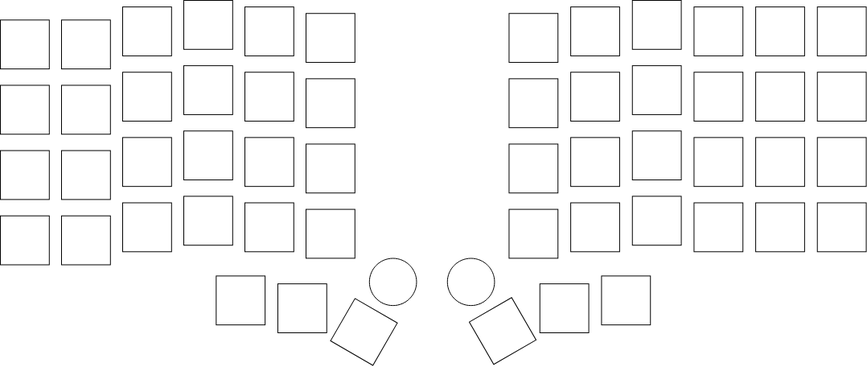
This is iris_map.drawio.png from KabitTarah/qmk_firmware, a draw.io export, as it was before one commit. Source tidied: cells renumbered, new cells last; positions are measured from the earlier drawing's top-left corner, leaving out a move shared by most shapes.
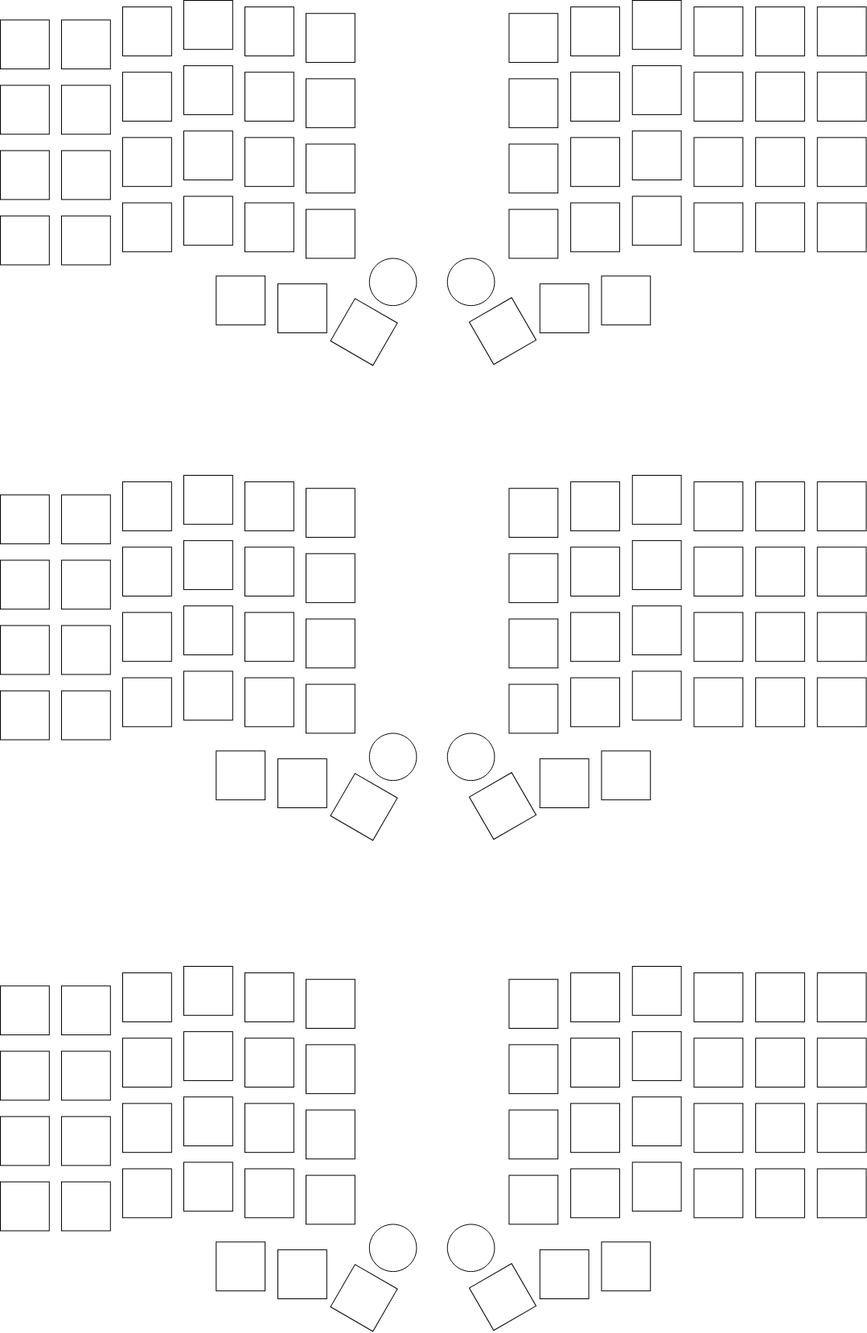
The same diagram one commit later.

What changed in the source:
```diff
@@ -173,5 +173,347 @@
     <mxCell id="58" style="whiteSpace=wrap;html=1;" parent="2" vertex="1">
       <mxGeometry x="1015.8" y="251.5" width="60.8" height="60.8" as="geometry" />
     </mxCell>
+    <mxCell id="59" style="group;" parent="1" vertex="1">
+      <mxGeometry y="1200" width="1076.5" height="454.9" as="geometry" />
+    </mxCell>
+    <mxCell id="60" style="whiteSpace=wrap;html=1;" parent="59" vertex="1">
+      <mxGeometry y="24.3" width="60.8" height="60.8" as="geometry" />
+    </mxCell>
+    <mxCell id="61" style="whiteSpace=wrap;html=1;" parent="59" vertex="1">
+      <mxGeometry y="105.5" width="60.8" height="60.8" as="geometry" />
+    </mxCell>
+    <mxCell id="62" style="whiteSpace=wrap;html=1;" parent="59" vertex="1">
+      <mxGeometry y="186.6" width="60.8" height="60.8" as="geometry" />
+    </mxCell>
+    <mxCell id="63" style="whiteSpace=wrap;html=1;" parent="59" vertex="1">
+      <mxGeometry y="267.7" width="60.8" height="60.8" as="geometry" />
+    </mxCell>
+    <mxCell id="64" style="whiteSpace=wrap;html=1;" parent="59" vertex="1">
+      <mxGeometry x="76" y="24.3" width="60.8" height="60.8" as="geometry" />
+    </mxCell>
+    <mxCell id="65" style="whiteSpace=wrap;html=1;" parent="59" vertex="1">
+      <mxGeometry x="76" y="105.5" width="60.8" height="60.8" as="geometry" />
+    </mxCell>
+    <mxCell id="66" style="whiteSpace=wrap;html=1;" parent="59" vertex="1">
+      <mxGeometry x="76" y="186.6" width="60.8" height="60.8" as="geometry" />
+    </mxCell>
+    <mxCell id="67" style="whiteSpace=wrap;html=1;" parent="59" vertex="1">
+      <mxGeometry x="76" y="267.7" width="60.8" height="60.8" as="geometry" />
+    </mxCell>
+    <mxCell id="68" style="whiteSpace=wrap;html=1;" parent="59" vertex="1">
+      <mxGeometry x="152" y="8.1" width="60.8" height="60.8" as="geometry" />
+    </mxCell>
+    <mxCell id="69" style="whiteSpace=wrap;html=1;" parent="59" vertex="1">
+      <mxGeometry x="152" y="89.2" width="60.8" height="60.8" as="geometry" />
+    </mxCell>
+    <mxCell id="70" style="whiteSpace=wrap;html=1;" parent="59" vertex="1">
+      <mxGeometry x="152" y="170.4" width="60.8" height="60.8" as="geometry" />
+    </mxCell>
+    <mxCell id="71" style="whiteSpace=wrap;html=1;" parent="59" vertex="1">
+      <mxGeometry x="152" y="251.5" width="60.8" height="60.8" as="geometry" />
+    </mxCell>
+    <mxCell id="72" style="whiteSpace=wrap;html=1;" parent="59" vertex="1">
+      <mxGeometry x="228" width="60.8" height="60.8" as="geometry" />
+    </mxCell>
+    <mxCell id="73" style="whiteSpace=wrap;html=1;" parent="59" vertex="1">
+      <mxGeometry x="228" y="81.1" width="60.8" height="60.8" as="geometry" />
+    </mxCell>
+    <mxCell id="74" style="whiteSpace=wrap;html=1;" parent="59" vertex="1">
+      <mxGeometry x="228" y="162.3" width="60.8" height="60.8" as="geometry" />
+    </mxCell>
+    <mxCell id="75" style="whiteSpace=wrap;html=1;" parent="59" vertex="1">
+      <mxGeometry x="228" y="243.4" width="60.8" height="60.8" as="geometry" />
+    </mxCell>
+    <mxCell id="76" style="whiteSpace=wrap;html=1;" parent="59" vertex="1">
+      <mxGeometry x="304" y="8.1" width="60.8" height="60.8" as="geometry" />
+    </mxCell>
+    <mxCell id="77" style="whiteSpace=wrap;html=1;" parent="59" vertex="1">
+      <mxGeometry x="304" y="89.2" width="60.8" height="60.8" as="geometry" />
+    </mxCell>
+    <mxCell id="78" style="whiteSpace=wrap;html=1;" parent="59" vertex="1">
+      <mxGeometry x="304" y="170.4" width="60.8" height="60.8" as="geometry" />
+    </mxCell>
+    <mxCell id="79" style="whiteSpace=wrap;html=1;" parent="59" vertex="1">
+      <mxGeometry x="304" y="251.5" width="60.8" height="60.8" as="geometry" />
+    </mxCell>
+    <mxCell id="80" style="whiteSpace=wrap;html=1;" parent="59" vertex="1">
+      <mxGeometry x="380" y="16.2" width="60.8" height="60.8" as="geometry" />
+    </mxCell>
+    <mxCell id="81" style="whiteSpace=wrap;html=1;" parent="59" vertex="1">
+      <mxGeometry x="380" y="97.4" width="60.8" height="60.8" as="geometry" />
+    </mxCell>
+    <mxCell id="82" style="whiteSpace=wrap;html=1;" parent="59" vertex="1">
+      <mxGeometry x="380" y="178.5" width="60.8" height="60.8" as="geometry" />
+    </mxCell>
+    <mxCell id="83" style="whiteSpace=wrap;html=1;" parent="59" vertex="1">
+      <mxGeometry x="380" y="259.6" width="60.8" height="60.8" as="geometry" />
+    </mxCell>
+    <mxCell id="84" style="whiteSpace=wrap;html=1;" parent="59" vertex="1">
+      <mxGeometry x="268.3" y="342.4" width="60.8" height="60.8" as="geometry" />
+    </mxCell>
+    <mxCell id="85" style="whiteSpace=wrap;html=1;" parent="59" vertex="1">
+      <mxGeometry x="345" y="352.2" width="60.8" height="60.8" as="geometry" />
+    </mxCell>
+    <mxCell id="86" style="whiteSpace=wrap;html=1;rotation=30;" parent="59" vertex="1">
+      <mxGeometry x="421.6" y="381.5" width="60.8" height="60.8" as="geometry" />
+    </mxCell>
+    <mxCell id="87" style="ellipse;whiteSpace=wrap;html=1;" parent="59" vertex="1">
+      <mxGeometry x="458.8" y="320.5" width="58.6" height="58.6" as="geometry" />
+    </mxCell>
+    <mxCell id="88" style="whiteSpace=wrap;html=1;rotation=330;direction=south;" parent="59" vertex="1">
+      <mxGeometry x="594.1" y="380.4" width="60.8" height="60.8" as="geometry" />
+    </mxCell>
+    <mxCell id="89" style="ellipse;whiteSpace=wrap;html=1;" parent="59" vertex="1">
+      <mxGeometry x="555.8" y="320.5" width="58.6" height="58.6" as="geometry" />
+    </mxCell>
+    <mxCell id="90" style="whiteSpace=wrap;html=1;" parent="59" vertex="1">
+      <mxGeometry x="670.8" y="352.2" width="60.8" height="60.8" as="geometry" />
+    </mxCell>
+    <mxCell id="91" style="whiteSpace=wrap;html=1;" parent="59" vertex="1">
+      <mxGeometry x="747.4" y="342.4" width="60.8" height="60.8" as="geometry" />
+    </mxCell>
+    <mxCell id="92" style="whiteSpace=wrap;html=1;" parent="59" vertex="1">
+      <mxGeometry x="632.4" y="16.2" width="60.8" height="60.8" as="geometry" />
+    </mxCell>
+    <mxCell id="93" style="whiteSpace=wrap;html=1;" parent="59" vertex="1">
+      <mxGeometry x="632.4" y="97.4" width="60.8" height="60.8" as="geometry" />
+    </mxCell>
+    <mxCell id="94" style="whiteSpace=wrap;html=1;" parent="59" vertex="1">
+      <mxGeometry x="632.4" y="178.5" width="60.8" height="60.8" as="geometry" />
+    </mxCell>
+    <mxCell id="95" style="whiteSpace=wrap;html=1;" parent="59" vertex="1">
+      <mxGeometry x="632.4" y="259.6" width="60.8" height="60.8" as="geometry" />
+    </mxCell>
+    <mxCell id="96" style="whiteSpace=wrap;html=1;" parent="59" vertex="1">
+      <mxGeometry x="709.1" y="8.1" width="60.8" height="60.8" as="geometry" />
+    </mxCell>
+    <mxCell id="97" style="whiteSpace=wrap;html=1;" parent="59" vertex="1">
+      <mxGeometry x="709.1" y="89.2" width="60.8" height="60.8" as="geometry" />
+    </mxCell>
+    <mxCell id="98" style="whiteSpace=wrap;html=1;" parent="59" vertex="1">
+      <mxGeometry x="709.1" y="170.4" width="60.8" height="60.8" as="geometry" />
+    </mxCell>
+    <mxCell id="99" style="whiteSpace=wrap;html=1;" parent="59" vertex="1">
+      <mxGeometry x="709.1" y="251.5" width="60.8" height="60.8" as="geometry" />
+    </mxCell>
+    <mxCell id="100" style="whiteSpace=wrap;html=1;" parent="59" vertex="1">
+      <mxGeometry x="785.8" width="60.8" height="60.8" as="geometry" />
+    </mxCell>
+    <mxCell id="101" style="whiteSpace=wrap;html=1;" parent="59" vertex="1">
+      <mxGeometry x="785.8" y="81.1" width="60.8" height="60.8" as="geometry" />
+    </mxCell>
+    <mxCell id="102" style="whiteSpace=wrap;html=1;" parent="59" vertex="1">
+      <mxGeometry x="785.8" y="162.2" width="60.8" height="60.8" as="geometry" />
+    </mxCell>
+    <mxCell id="103" style="whiteSpace=wrap;html=1;" parent="59" vertex="1">
+      <mxGeometry x="785.8" y="243.4" width="60.8" height="60.8" as="geometry" />
+    </mxCell>
+    <mxCell id="104" style="whiteSpace=wrap;html=1;" parent="59" vertex="1">
+      <mxGeometry x="862.4" y="8.1" width="60.8" height="60.8" as="geometry" />
+    </mxCell>
+    <mxCell id="105" style="whiteSpace=wrap;html=1;" parent="59" vertex="1">
+      <mxGeometry x="862.4" y="89.2" width="60.8" height="60.8" as="geometry" />
+    </mxCell>
+    <mxCell id="106" style="whiteSpace=wrap;html=1;" parent="59" vertex="1">
+      <mxGeometry x="862.4" y="170.4" width="60.8" height="60.8" as="geometry" />
+    </mxCell>
+    <mxCell id="107" style="whiteSpace=wrap;html=1;" parent="59" vertex="1">
+      <mxGeometry x="862.4" y="251.5" width="60.8" height="60.8" as="geometry" />
+    </mxCell>
+    <mxCell id="108" style="whiteSpace=wrap;html=1;" parent="59" vertex="1">
+      <mxGeometry x="939.1" y="8.1" width="60.8" height="60.8" as="geometry" />
+    </mxCell>
+    <mxCell id="109" style="whiteSpace=wrap;html=1;" parent="59" vertex="1">
+      <mxGeometry x="939.1" y="89.2" width="60.8" height="60.8" as="geometry" />
+    </mxCell>
+    <mxCell id="110" style="whiteSpace=wrap;html=1;" parent="59" vertex="1">
+      <mxGeometry x="939.1" y="170.4" width="60.8" height="60.8" as="geometry" />
+    </mxCell>
+    <mxCell id="111" style="whiteSpace=wrap;html=1;" parent="59" vertex="1">
+      <mxGeometry x="939.1" y="251.5" width="60.8" height="60.8" as="geometry" />
+    </mxCell>
+    <mxCell id="112" style="whiteSpace=wrap;html=1;" parent="59" vertex="1">
+      <mxGeometry x="1015.8" y="8.1" width="60.8" height="60.8" as="geometry" />
+    </mxCell>
+    <mxCell id="113" style="whiteSpace=wrap;html=1;" parent="59" vertex="1">
+      <mxGeometry x="1015.8" y="89.2" width="60.8" height="60.8" as="geometry" />
+    </mxCell>
+    <mxCell id="114" style="whiteSpace=wrap;html=1;" parent="59" vertex="1">
+      <mxGeometry x="1015.8" y="170.4" width="60.8" height="60.8" as="geometry" />
+    </mxCell>
+    <mxCell id="115" style="whiteSpace=wrap;html=1;" parent="59" vertex="1">
+      <mxGeometry x="1015.8" y="251.5" width="60.8" height="60.8" as="geometry" />
+    </mxCell>
+    <mxCell id="116" style="group;" parent="1" vertex="1">
+      <mxGeometry y="590" width="1076.5" height="453.4" as="geometry" />
+    </mxCell>
+    <mxCell id="117" style="whiteSpace=wrap;html=1;" parent="116" vertex="1">
+      <mxGeometry y="24.3" width="60.8" height="60.8" as="geometry" />
+    </mxCell>
+    <mxCell id="118" style="whiteSpace=wrap;html=1;" parent="116" vertex="1">
+      <mxGeometry y="105.5" width="60.8" height="60.8" as="geometry" />
+    </mxCell>
+    <mxCell id="119" style="whiteSpace=wrap;html=1;" parent="116" vertex="1">
+      <mxGeometry y="186.6" width="60.8" height="60.8" as="geometry" />
+    </mxCell>
+    <mxCell id="120" style="whiteSpace=wrap;html=1;" parent="116" vertex="1">
+      <mxGeometry y="267.7" width="60.8" height="60.8" as="geometry" />
+    </mxCell>
+    <mxCell id="121" style="whiteSpace=wrap;html=1;" parent="116" vertex="1">
+      <mxGeometry x="76" y="24.3" width="60.8" height="60.8" as="geometry" />
+    </mxCell>
+    <mxCell id="122" style="whiteSpace=wrap;html=1;" parent="116" vertex="1">
+      <mxGeometry x="76" y="105.5" width="60.8" height="60.8" as="geometry" />
+    </mxCell>
+    <mxCell id="123" style="whiteSpace=wrap;html=1;" parent="116" vertex="1">
+      <mxGeometry x="76" y="186.6" width="60.8" height="60.8" as="geometry" />
+    </mxCell>
+    <mxCell id="124" style="whiteSpace=wrap;html=1;" parent="116" vertex="1">
+      <mxGeometry x="76" y="267.7" width="60.8" height="60.8" as="geometry" />
+    </mxCell>
+    <mxCell id="125" style="whiteSpace=wrap;html=1;" parent="116" vertex="1">
+      <mxGeometry x="152" y="8.1" width="60.8" height="60.8" as="geometry" />
+    </mxCell>
+    <mxCell id="126" style="whiteSpace=wrap;html=1;" parent="116" vertex="1">
+      <mxGeometry x="152" y="89.2" width="60.8" height="60.8" as="geometry" />
+    </mxCell>
+    <mxCell id="127" style="whiteSpace=wrap;html=1;" parent="116" vertex="1">
+      <mxGeometry x="152" y="170.4" width="60.8" height="60.8" as="geometry" />
+    </mxCell>
+    <mxCell id="128" style="whiteSpace=wrap;html=1;" parent="116" vertex="1">
+      <mxGeometry x="152" y="251.5" width="60.8" height="60.8" as="geometry" />
+    </mxCell>
+    <mxCell id="129" style="whiteSpace=wrap;html=1;" parent="116" vertex="1">
+      <mxGeometry x="228" width="60.8" height="60.8" as="geometry" />
+    </mxCell>
+    <mxCell id="130" style="whiteSpace=wrap;html=1;" parent="116" vertex="1">
+      <mxGeometry x="228" y="81.1" width="60.8" height="60.8" as="geometry" />
+    </mxCell>
+    <mxCell id="131" style="whiteSpace=wrap;html=1;" parent="116" vertex="1">
+      <mxGeometry x="228" y="162.3" width="60.8" height="60.8" as="geometry" />
+    </mxCell>
+    <mxCell id="132" style="whiteSpace=wrap;html=1;" parent="116" vertex="1">
+      <mxGeometry x="228" y="243.4" width="60.8" height="60.8" as="geometry" />
+    </mxCell>
+    <mxCell id="133" style="whiteSpace=wrap;html=1;" parent="116" vertex="1">
+      <mxGeometry x="304" y="8.1" width="60.8" height="60.8" as="geometry" />
+    </mxCell>
+    <mxCell id="134" style="whiteSpace=wrap;html=1;" parent="116" vertex="1">
+      <mxGeometry x="304" y="89.2" width="60.8" height="60.8" as="geometry" />
+    </mxCell>
+    <mxCell id="135" style="whiteSpace=wrap;html=1;" parent="116" vertex="1">
+      <mxGeometry x="304" y="170.4" width="60.8" height="60.8" as="geometry" />
+    </mxCell>
+    <mxCell id="136" style="whiteSpace=wrap;html=1;" parent="116" vertex="1">
+      <mxGeometry x="304" y="251.5" width="60.8" height="60.8" as="geometry" />
+    </mxCell>
+    <mxCell id="137" style="whiteSpace=wrap;html=1;" parent="116" vertex="1">
+      <mxGeometry x="380" y="16.2" width="60.8" height="60.8" as="geometry" />
+    </mxCell>
+    <mxCell id="138" style="whiteSpace=wrap;html=1;" parent="116" vertex="1">
+      <mxGeometry x="380" y="97.4" width="60.8" height="60.8" as="geometry" />
+    </mxCell>
+    <mxCell id="139" style="whiteSpace=wrap;html=1;" parent="116" vertex="1">
+      <mxGeometry x="380" y="178.5" width="60.8" height="60.8" as="geometry" />
+    </mxCell>
+    <mxCell id="140" style="whiteSpace=wrap;html=1;" parent="116" vertex="1">
+      <mxGeometry x="380" y="259.6" width="60.8" height="60.8" as="geometry" />
+    </mxCell>
+    <mxCell id="141" style="whiteSpace=wrap;html=1;" parent="116" vertex="1">
+      <mxGeometry x="268.3" y="342.4" width="60.8" height="60.8" as="geometry" />
+    </mxCell>
+    <mxCell id="142" style="whiteSpace=wrap;html=1;" parent="116" vertex="1">
+      <mxGeometry x="345" y="352.2" width="60.8" height="60.8" as="geometry" />
+    </mxCell>
+    <mxCell id="143" style="whiteSpace=wrap;html=1;rotation=30;" parent="116" vertex="1">
+      <mxGeometry x="421.6" y="381.5" width="60.8" height="60.8" as="geometry" />
+    </mxCell>
+    <mxCell id="144" style="ellipse;whiteSpace=wrap;html=1;" parent="116" vertex="1">
+      <mxGeometry x="458.8" y="320.5" width="58.6" height="58.6" as="geometry" />
+    </mxCell>
+    <mxCell id="145" style="whiteSpace=wrap;html=1;rotation=330;direction=south;" parent="116" vertex="1">
+      <mxGeometry x="594.1" y="380.4" width="60.8" height="60.8" as="geometry" />
+    </mxCell>
+    <mxCell id="146" style="ellipse;whiteSpace=wrap;html=1;" parent="116" vertex="1">
+      <mxGeometry x="555.8" y="320.5" width="58.6" height="58.6" as="geometry" />
+    </mxCell>
+    <mxCell id="147" style="whiteSpace=wrap;html=1;" parent="116" vertex="1">
+      <mxGeometry x="670.8" y="352.2" width="60.8" height="60.8" as="geometry" />
+    </mxCell>
+    <mxCell id="148" style="whiteSpace=wrap;html=1;" parent="116" vertex="1">
+      <mxGeometry x="747.4" y="342.4" width="60.8" height="60.8" as="geometry" />
+    </mxCell>
+    <mxCell id="149" style="whiteSpace=wrap;html=1;" parent="116" vertex="1">
+      <mxGeometry x="632.4" y="16.2" width="60.8" height="60.8" as="geometry" />
+    </mxCell>
+    <mxCell id="150" style="whiteSpace=wrap;html=1;" parent="116" vertex="1">
+      <mxGeometry x="632.4" y="97.4" width="60.8" height="60.8" as="geometry" />
+    </mxCell>
+    <mxCell id="151" style="whiteSpace=wrap;html=1;" parent="116" vertex="1">
+      <mxGeometry x="632.4" y="178.5" width="60.8" height="60.8" as="geometry" />
+    </mxCell>
+    <mxCell id="152" style="whiteSpace=wrap;html=1;" parent="116" vertex="1">
+      <mxGeometry x="632.4" y="259.6" width="60.8" height="60.8" as="geometry" />
+    </mxCell>
+    <mxCell id="153" style="whiteSpace=wrap;html=1;" parent="116" vertex="1">
+      <mxGeometry x="709.1" y="8.1" width="60.8" height="60.8" as="geometry" />
+    </mxCell>
+    <mxCell id="154" style="whiteSpace=wrap;html=1;" parent="116" vertex="1">
+      <mxGeometry x="709.1" y="89.2" width="60.8" height="60.8" as="geometry" />
+    </mxCell>
+    <mxCell id="155" style="whiteSpace=wrap;html=1;" parent="116" vertex="1">
+      <mxGeometry x="709.1" y="170.4" width="60.8" height="60.8" as="geometry" />
+    </mxCell>
+    <mxCell id="156" style="whiteSpace=wrap;html=1;" parent="116" vertex="1">
+      <mxGeometry x="709.1" y="251.5" width="60.8" height="60.8" as="geometry" />
+    </mxCell>
+    <mxCell id="157" style="whiteSpace=wrap;html=1;" parent="116" vertex="1">
+      <mxGeometry x="785.8" width="60.8" height="60.8" as="geometry" />
+    </mxCell>
+    <mxCell id="158" style="whiteSpace=wrap;html=1;" parent="116" vertex="1">
+      <mxGeometry x="785.8" y="81.1" width="60.8" height="60.8" as="geometry" />
+    </mxCell>
+    <mxCell id="159" style="whiteSpace=wrap;html=1;" parent="116" vertex="1">
+      <mxGeometry x="785.8" y="162.2" width="60.8" height="60.8" as="geometry" />
+    </mxCell>
+    <mxCell id="160" style="whiteSpace=wrap;html=1;" parent="116" vertex="1">
+      <mxGeometry x="785.8" y="243.4" width="60.8" height="60.8" as="geometry" />
+    </mxCell>
+    <mxCell id="161" style="whiteSpace=wrap;html=1;" parent="116" vertex="1">
+      <mxGeometry x="862.4" y="8.1" width="60.8" height="60.8" as="geometry" />
+    </mxCell>
+    <mxCell id="162" style="whiteSpace=wrap;html=1;" parent="116" vertex="1">
+      <mxGeometry x="862.4" y="89.2" width="60.8" height="60.8" as="geometry" />
+    </mxCell>
+    <mxCell id="163" style="whiteSpace=wrap;html=1;" parent="116" vertex="1">
+      <mxGeometry x="862.4" y="170.4" width="60.8" height="60.8" as="geometry" />
+    </mxCell>
+    <mxCell id="164" style="whiteSpace=wrap;html=1;" parent="116" vertex="1">
+      <mxGeometry x="862.4" y="251.5" width="60.8" height="60.8" as="geometry" />
+    </mxCell>
+    <mxCell id="165" style="whiteSpace=wrap;html=1;" parent="116" vertex="1">
+      <mxGeometry x="939.1" y="8.1" width="60.8" height="60.8" as="geometry" />
+    </mxCell>
+    <mxCell id="166" style="whiteSpace=wrap;html=1;" parent="116" vertex="1">
+      <mxGeometry x="939.1" y="89.2" width="60.8" height="60.8" as="geometry" />
+    </mxCell>
+    <mxCell id="167" style="whiteSpace=wrap;html=1;" parent="116" vertex="1">
+      <mxGeometry x="939.1" y="170.4" width="60.8" height="60.8" as="geometry" />
+    </mxCell>
+    <mxCell id="168" style="whiteSpace=wrap;html=1;" parent="116" vertex="1">
+      <mxGeometry x="939.1" y="251.5" width="60.8" height="60.8" as="geometry" />
+    </mxCell>
+    <mxCell id="169" style="whiteSpace=wrap;html=1;" parent="116" vertex="1">
+      <mxGeometry x="1015.8" y="8.1" width="60.8" height="60.8" as="geometry" />
+    </mxCell>
+    <mxCell id="170" style="whiteSpace=wrap;html=1;" parent="116" vertex="1">
+      <mxGeometry x="1015.8" y="89.2" width="60.8" height="60.8" as="geometry" />
+    </mxCell>
+    <mxCell id="171" style="whiteSpace=wrap;html=1;" parent="116" vertex="1">
+      <mxGeometry x="1015.8" y="170.4" width="60.8" height="60.8" as="geometry" />
+    </mxCell>
+    <mxCell id="172" style="whiteSpace=wrap;html=1;" parent="116" vertex="1">
+      <mxGeometry x="1015.8" y="251.5" width="60.8" height="60.8" as="geometry" />
+    </mxCell>
   </root>
 </mxGraphModel>
```
